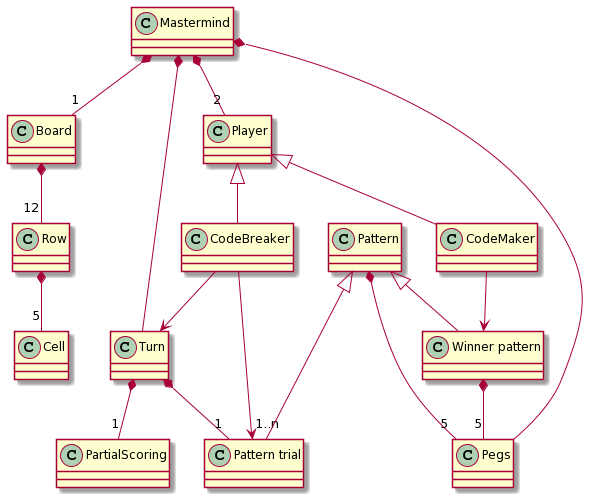
Earlier version of the PlantUML export mastermind.png (Master-Desarrollo-20-21/ejercicio-2-modelo-de-dominio-mastermind-gonzalogmn).
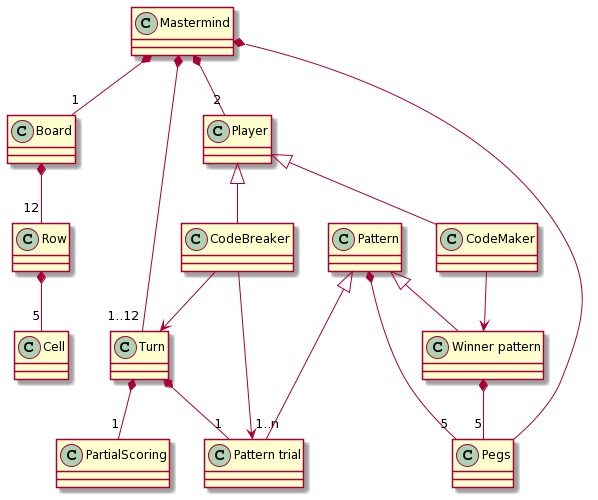
The same file after the commit.

What changed in the source:
```diff
@@ -2,7 +2,7 @@
 Mastermind *-- "1" Board
 Mastermind *-- "2" Player
 Mastermind *-- Pegs
-Mastermind *-- Turn
+Mastermind *-- "1..12" Turn
 
 Player <|-- CodeMaker
 Player <|-- CodeBreaker
```
